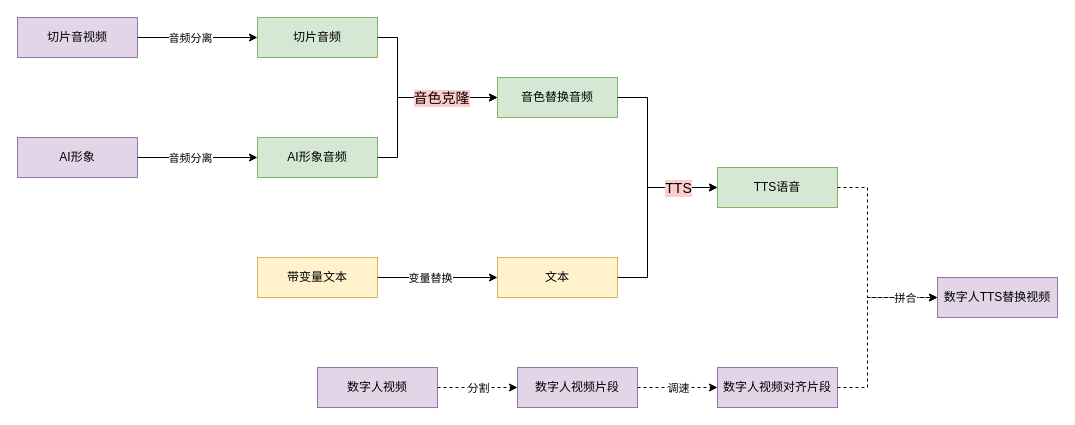
This is page "第 3 页" (3 of 4) of draw.io/数字人1.drawio from straicat/netdisk, a draw.io file, before an edit. Source tidied: cells renumbered, new cells numbered last; positions are measured from the earlier drawing's top-left corner, leaving out a move shared by most shapes. Both pictures are drawn from the tidied source at 100%, with x=0, y=0 at pixel (17, 17).
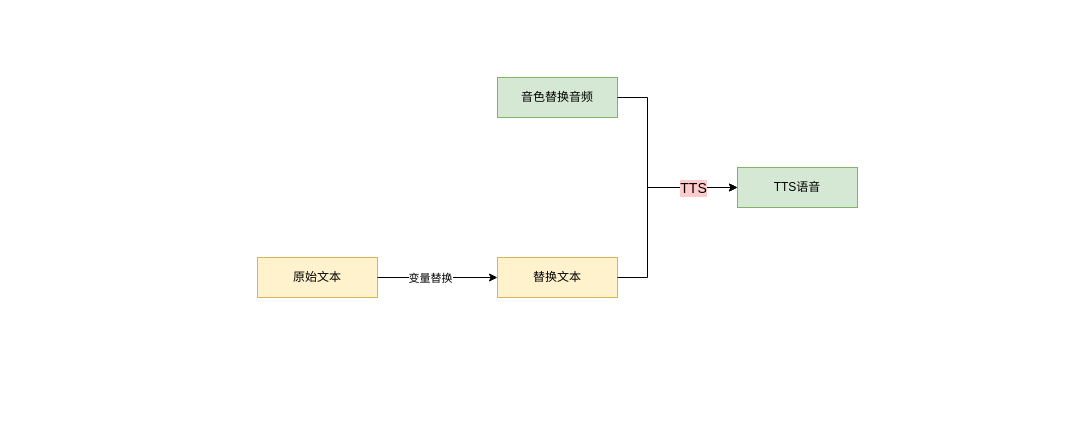
Above is the later version.

Commit message:
更新数字人1.drawio

The change refers to these unchanged cells:
```xml
<mxCell id="8" value="音色替换音频" style="rounded=0;whiteSpace=wrap;html=1;fillColor=#d5e8d4;strokeColor=#82b366;" parent="1" vertex="1">
  <mxGeometry x="480" y="60" width="120" height="40" as="geometry" />
</mxCell>
```

Change to the diagram source:
```diff
@@
-    <mxCell id="2" value="切片音视频" style="rounded=0;whiteSpace=wrap;html=1;fillColor=#e1d5e7;strokeColor=#9673a6;" parent="1" vertex="1">
-      <mxGeometry width="120" height="40" as="geometry" />
-    </mxCell>
-    <mxCell id="3" value="切片音频" style="rounded=0;whiteSpace=wrap;html=1;fillColor=#d5e8d4;strokeColor=#82b366;" parent="1" vertex="1">
-      <mxGeometry x="240" width="120" height="40" as="geometry" />
-    </mxCell>
-    <mxCell id="4" value="AI形象" style="rounded=0;whiteSpace=wrap;html=1;fillColor=#e1d5e7;strokeColor=#9673a6;" parent="1" vertex="1">
-      <mxGeometry y="120" width="120" height="40" as="geometry" />
-    </mxCell>
-    <mxCell id="5" value="AI形象音频" style="rounded=0;whiteSpace=wrap;html=1;fillColor=#d5e8d4;strokeColor=#82b366;" parent="1" vertex="1">
-      <mxGeometry x="240" y="120" width="120" height="40" as="geometry" />
-    </mxCell>
-    <mxCell id="6" style="endArrow=classic;html=1;rounded=0;exitX=1;exitY=0.5;exitDx=0;exitDy=0;entryX=0;entryY=0.5;entryDx=0;entryDy=0;" parent="1" edge="1" source="4" target="5">
-      <mxGeometry relative="1" as="geometry" />
-    </mxCell>
-    <mxCell id="7" value="音频分离" style="edgeLabel;html=1;align=center;verticalAlign=middle;" parent="6" vertex="1">
-      <mxGeometry x="-0.13" relative="1" as="geometry" />
-    </mxCell>
@@
-    <mxCell id="9" style="endArrow=classic;html=1;rounded=0;exitX=1;exitY=0.5;exitDx=0;exitDy=0;entryX=0;entryY=0.5;entryDx=0;entryDy=0;" parent="1" edge="1" target="8">
-      <mxGeometry relative="1" as="geometry">
-        <mxPoint x="360" y="20" as="sourcePoint" />
-        <Array as="points">
-          <mxPoint x="380" y="20" />
-          <mxPoint x="380" y="80" />
-        </Array>
-      </mxGeometry>
-    </mxCell>
-    <mxCell id="10" style="endArrow=classic;html=1;rounded=0;exitX=1;exitY=0.5;exitDx=0;exitDy=0;entryX=0;entryY=0.5;entryDx=0;entryDy=0;" parent="1" edge="1" source="5" target="8">
-      <mxGeometry relative="1" as="geometry">
-        <Array as="points">
-          <mxPoint x="380" y="140" />
-          <mxPoint x="380" y="80" />
-        </Array>
-      </mxGeometry>
-    </mxCell>
-    <mxCell id="11" value="音色克隆" style="edgeLabel;html=1;align=center;verticalAlign=middle;fontSize=14;labelBackgroundColor=#FFCCCC;" parent="10" vertex="1">
-      <mxGeometry x="0.28" y="1" relative="1" as="geometry">
-        <mxPoint x="8" y="1" as="offset" />
-      </mxGeometry>
-    </mxCell>
-    <mxCell id="12" style="endArrow=classic;html=1;rounded=0;exitX=1;exitY=0.5;exitDx=0;exitDy=0;entryX=0;entryY=0.5;entryDx=0;entryDy=0;" parent="1" edge="1" source="2" target="3">
-      <mxGeometry relative="1" as="geometry" />
-    </mxCell>
-    <mxCell id="13" value="音频分离" style="edgeLabel;html=1;align=center;verticalAlign=middle;" parent="12" vertex="1">
-      <mxGeometry x="-0.13" relative="1" as="geometry" />
-    </mxCell>
-    <mxCell id="14" value="带变量文本" style="rounded=0;whiteSpace=wrap;html=1;fillColor=#fff2cc;strokeColor=#d6b656;" parent="1" vertex="1">
+    <mxCell id="14" value="原始文本" style="rounded=0;whiteSpace=wrap;html=1;fillColor=#fff2cc;strokeColor=#d6b656;" parent="1" vertex="1">
       <mxGeometry x="240" y="240" width="120" height="40" as="geometry" />
     </mxCell>
-    <mxCell id="15" value="文本" style="rounded=0;whiteSpace=wrap;html=1;fillColor=#fff2cc;strokeColor=#d6b656;" parent="1" vertex="1">
+    <mxCell id="15" value="替换文本" style="rounded=0;whiteSpace=wrap;html=1;fillColor=#fff2cc;strokeColor=#d6b656;" parent="1" vertex="1">
       <mxGeometry x="480" y="240" width="120" height="40" as="geometry" />
     </mxCell>
@@
     <mxCell id="19" value="TTS语音" style="rounded=0;whiteSpace=wrap;html=1;fillColor=#d5e8d4;strokeColor=#82b366;" parent="1" vertex="1">
-      <mxGeometry x="700" y="150" width="120" height="40" as="geometry" />
+      <mxGeometry x="720" y="150" width="120" height="40" as="geometry" />
     </mxCell>
@@
-    <mxCell id="22" style="edgeStyle=orthogonalEdgeStyle;rounded=0;jettySize=auto;html=1;dashed=1;" parent="1" edge="1" source="24" target="27">
-      <mxGeometry relative="1" as="geometry" />
-    </mxCell>
-    <mxCell id="23" value="分割" style="edgeLabel;html=1;align=center;verticalAlign=middle;" parent="22" vertex="1">
-      <mxGeometry x="-0.13" y="-1" relative="1" as="geometry">
-        <mxPoint x="5" y="-1" as="offset" />
-      </mxGeometry>
-    </mxCell>
-    <mxCell id="24" value="数字人视频" style="rounded=0;whiteSpace=wrap;html=1;fillColor=#e1d5e7;strokeColor=#9673a6;" parent="1" vertex="1">
-      <mxGeometry x="300" y="350" width="120" height="40" as="geometry" />
-    </mxCell>
-    <mxCell id="25" style="edgeStyle=orthogonalEdgeStyle;rounded=0;jettySize=auto;html=1;dashed=1;" parent="1" edge="1" source="27" target="28">
-      <mxGeometry relative="1" as="geometry" />
-    </mxCell>
-    <mxCell id="26" value="调速" style="edgeLabel;html=1;align=center;verticalAlign=middle;" parent="25" vertex="1">
-      <mxGeometry x="-0.3" y="-1" relative="1" as="geometry">
-        <mxPoint x="12" y="-1" as="offset" />
-      </mxGeometry>
-    </mxCell>
-    <mxCell id="27" value="数字人视频片段" style="rounded=0;whiteSpace=wrap;html=1;fillColor=#e1d5e7;strokeColor=#9673a6;" parent="1" vertex="1">
-      <mxGeometry x="500" y="350" width="120" height="40" as="geometry" />
-    </mxCell>
-    <mxCell id="28" value="数字人视频对齐片段" style="rounded=0;whiteSpace=wrap;html=1;fillColor=#e1d5e7;strokeColor=#9673a6;" parent="1" vertex="1">
-      <mxGeometry x="700" y="350" width="120" height="40" as="geometry" />
-    </mxCell>
-    <mxCell id="29" value="数字人TTS替换视频" style="rounded=0;whiteSpace=wrap;html=1;fillColor=#e1d5e7;strokeColor=#9673a6;" parent="1" vertex="1">
-      <mxGeometry x="920" y="260" width="120" height="40" as="geometry" />
-    </mxCell>
-    <mxCell id="30" style="endArrow=classic;html=1;rounded=0;exitX=1;exitY=0.5;exitDx=0;exitDy=0;entryX=0;entryY=0.5;entryDx=0;entryDy=0;dashed=1;" parent="1" edge="1" source="19" target="29">
-      <mxGeometry relative="1" as="geometry">
-        <Array as="points">
-          <mxPoint x="850" y="170" />
-          <mxPoint x="850" y="280" />
-        </Array>
-      </mxGeometry>
-    </mxCell>
-    <mxCell id="31" style="endArrow=classic;html=1;rounded=0;exitX=1;exitY=0.5;exitDx=0;exitDy=0;entryX=0;entryY=0.5;entryDx=0;entryDy=0;dashed=1;" parent="1" edge="1" source="28" target="29">
-      <mxGeometry relative="1" as="geometry">
-        <Array as="points">
-          <mxPoint x="850" y="370" />
-          <mxPoint x="850" y="280" />
-        </Array>
-      </mxGeometry>
-    </mxCell>
-    <mxCell id="32" value="拼合" style="edgeLabel;html=1;align=center;verticalAlign=middle;" parent="31" vertex="1">
-      <mxGeometry x="0.56" relative="1" as="geometry">
-        <mxPoint x="9" as="offset" />
-      </mxGeometry>
-    </mxCell>
```
